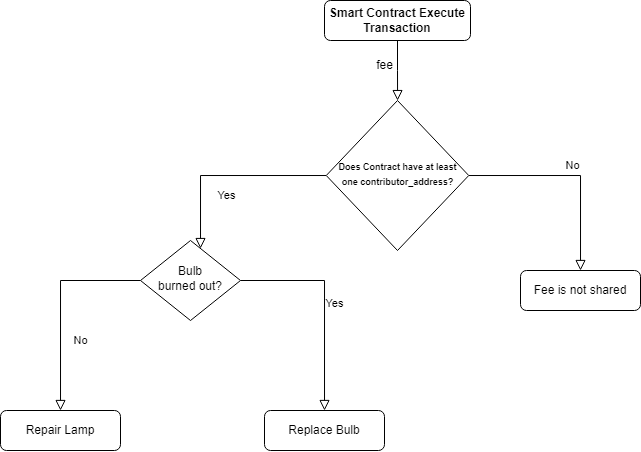
Earlier version of the draw.io export contributor-incentivized fee sharing.png (CamelJuno/diagrams). Source tidied: cells renumbered, new cells last; positions are measured from the earlier drawing's top-left corner, leaving out a move shared by most shapes.
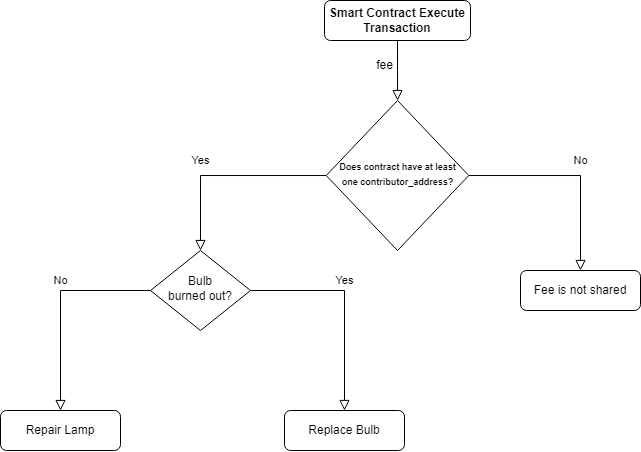
Later version of the same file.

What changed in the source:
```diff
@@ -9,35 +9,42 @@
       <mxGeometry x="324" width="146" height="40" as="geometry" />
     </mxCell>
     <mxCell id="4" value="Yes" style="rounded=0;html=1;jettySize=auto;fontSize=11;endArrow=block;endFill=0;endSize=8;strokeWidth=1;shadow=0;labelBackgroundColor=none;edgeStyle=orthogonalEdgeStyle;" parent="1" edge="1" source="6" target="10">
-      <mxGeometry y="20" relative="1" as="geometry">
+      <mxGeometry x="0.25" y="-15" relative="1" as="geometry">
         <Array as="points">
           <mxPoint x="200" y="175" />
         </Array>
+        <mxPoint x="15" y="-15" as="offset" />
       </mxGeometry>
     </mxCell>
     <mxCell id="5" value="No" style="edgeStyle=orthogonalEdgeStyle;rounded=0;html=1;jettySize=auto;fontSize=11;endArrow=block;endFill=0;endSize=8;strokeWidth=1;shadow=0;labelBackgroundColor=none;" parent="1" edge="1" source="6" target="7">
-      <mxGeometry y="10" relative="1" as="geometry" />
+      <mxGeometry x="0.08" y="15" relative="1" as="geometry">
+        <mxPoint x="-15" y="-15" as="offset" />
+      </mxGeometry>
     </mxCell>
-    <mxCell id="6" value="&lt;b style=&quot;line-height: 0.8;&quot;&gt;&lt;font style=&quot;font-size: 9px;&quot;&gt;Does Contract have at least&lt;br&gt;one contributor_address?&lt;/font&gt;&lt;/b&gt;" style="rhombus;whiteSpace=wrap;html=1;shadow=0;fontFamily=Helvetica;fontSize=12;align=center;strokeWidth=1;spacing=6;spacingTop=-4;" parent="1" vertex="1">
+    <mxCell id="6" value="&lt;b style=&quot;line-height: 0.8;&quot;&gt;&lt;font style=&quot;font-size: 9px;&quot;&gt;Does contract have at least&lt;br&gt;one contributor_address?&lt;/font&gt;&lt;/b&gt;" style="rhombus;whiteSpace=wrap;html=1;shadow=0;fontFamily=Helvetica;fontSize=12;align=center;strokeWidth=1;spacing=6;spacingTop=-4;" parent="1" vertex="1">
       <mxGeometry x="325.8" y="100" width="142.5" height="150" as="geometry" />
     </mxCell>
     <mxCell id="7" value="Fee is not shared" style="rounded=1;whiteSpace=wrap;html=1;fontSize=12;glass=0;strokeWidth=1;shadow=0;" parent="1" vertex="1">
       <mxGeometry x="520" y="270" width="120" height="40" as="geometry" />
     </mxCell>
     <mxCell id="8" value="No" style="rounded=0;html=1;jettySize=auto;fontSize=11;endArrow=block;endFill=0;endSize=8;strokeWidth=1;shadow=0;labelBackgroundColor=none;edgeStyle=orthogonalEdgeStyle;" parent="1" edge="1" source="10" target="11">
-      <mxGeometry x="0.33" y="20" relative="1" as="geometry" />
+      <mxGeometry x="-0.14" y="-10" relative="1" as="geometry">
+        <mxPoint x="10" y="-10" as="offset" />
+      </mxGeometry>
     </mxCell>
     <mxCell id="9" value="Yes" style="edgeStyle=orthogonalEdgeStyle;rounded=0;html=1;jettySize=auto;fontSize=11;endArrow=block;endFill=0;endSize=8;strokeWidth=1;shadow=0;labelBackgroundColor=none;" parent="1" edge="1" source="10" target="12">
-      <mxGeometry y="10" relative="1" as="geometry" />
+      <mxGeometry x="-0.12" y="-10" relative="1" as="geometry">
+        <mxPoint x="10" y="-10" as="offset" />
+      </mxGeometry>
     </mxCell>
     <mxCell id="10" value="Bulb&lt;br&gt;burned out?" style="rhombus;whiteSpace=wrap;html=1;shadow=0;fontFamily=Helvetica;fontSize=12;align=center;strokeWidth=1;spacing=6;spacingTop=-4;" parent="1" vertex="1">
-      <mxGeometry x="140" y="240" width="100" height="80" as="geometry" />
+      <mxGeometry x="150" y="250" width="100" height="80" as="geometry" />
     </mxCell>
     <mxCell id="11" value="Repair Lamp" style="rounded=1;whiteSpace=wrap;html=1;fontSize=12;glass=0;strokeWidth=1;shadow=0;" parent="1" vertex="1">
       <mxGeometry y="410" width="120" height="40" as="geometry" />
     </mxCell>
     <mxCell id="12" value="Replace Bulb" style="rounded=1;whiteSpace=wrap;html=1;fontSize=12;glass=0;strokeWidth=1;shadow=0;" parent="1" vertex="1">
-      <mxGeometry x="264" y="410" width="120" height="40" as="geometry" />
+      <mxGeometry x="284" y="410" width="120" height="40" as="geometry" />
     </mxCell>
     <mxCell id="13" value="fee" style="text;html=1;align=center;verticalAlign=middle;strokeColor=none;fillColor=none;" parent="1" vertex="1">
       <mxGeometry x="364" y="50" width="40" height="30" as="geometry" />
```
